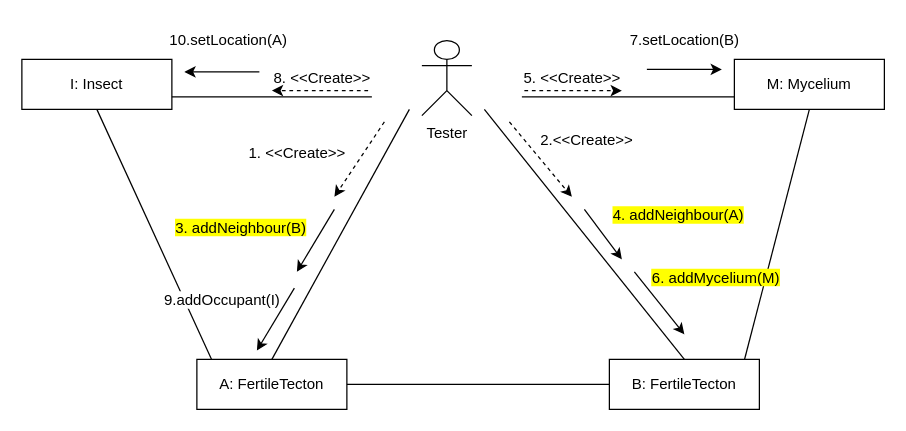
This is page "InsectMoveKomm" (1 of 22) of BJ komm. és szekv. diagrammok.drawio from koharzsombor/bandITs, a draw.io file, before an edit. Source tidied: cells renumbered, new cells numbered last; positions are measured from the earlier drawing's top-left corner, leaving out a move shared by most shapes. Both pictures are drawn from the tidied source at 125%, with x=0, y=0 at pixel (21, 21).
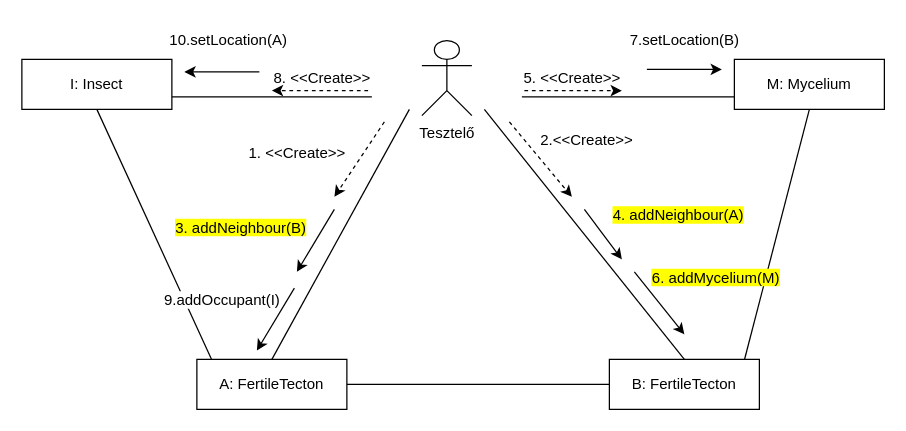
After the change.

What changed in the source:
```diff
@@
-    <mxCell id="33" value="Tester" style="shape=umlActor;verticalLabelPosition=bottom;verticalAlign=top;html=1;" parent="1" vertex="1">
+    <mxCell id="33" value="Tesztelő" style="shape=umlActor;verticalLabelPosition=bottom;verticalAlign=top;html=1;" parent="1" vertex="1">
       <mxGeometry x="320" y="15" width="40" height="60" as="geometry" />
     </mxCell>
```
